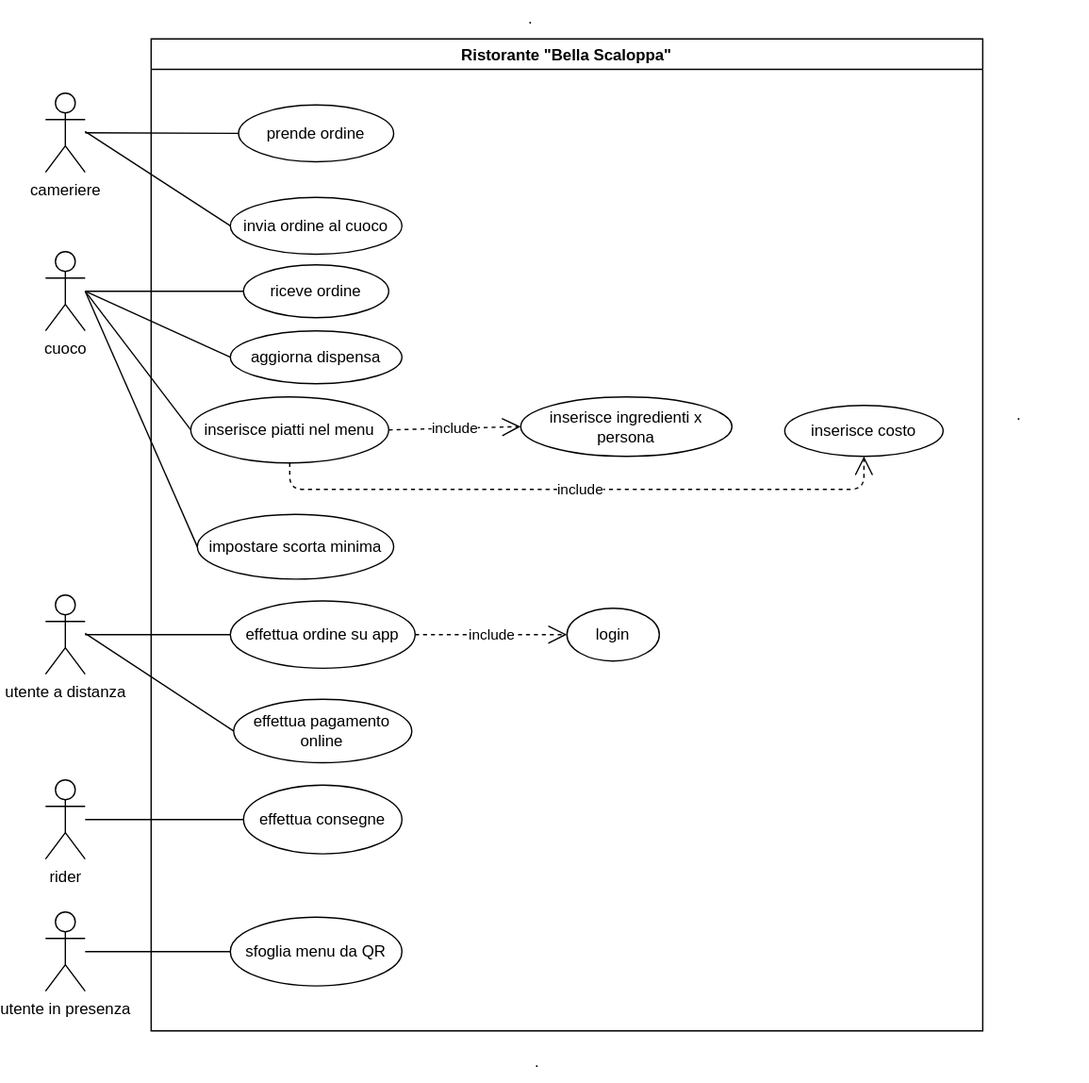
Earlier version of the draw.io export ExamUseCaseDiagram.svg (Santeenee/ExamProject). Source tidied: cells renumbered, new cells last; positions are measured from the earlier drawing's top-left corner, leaving out a move shared by most shapes.
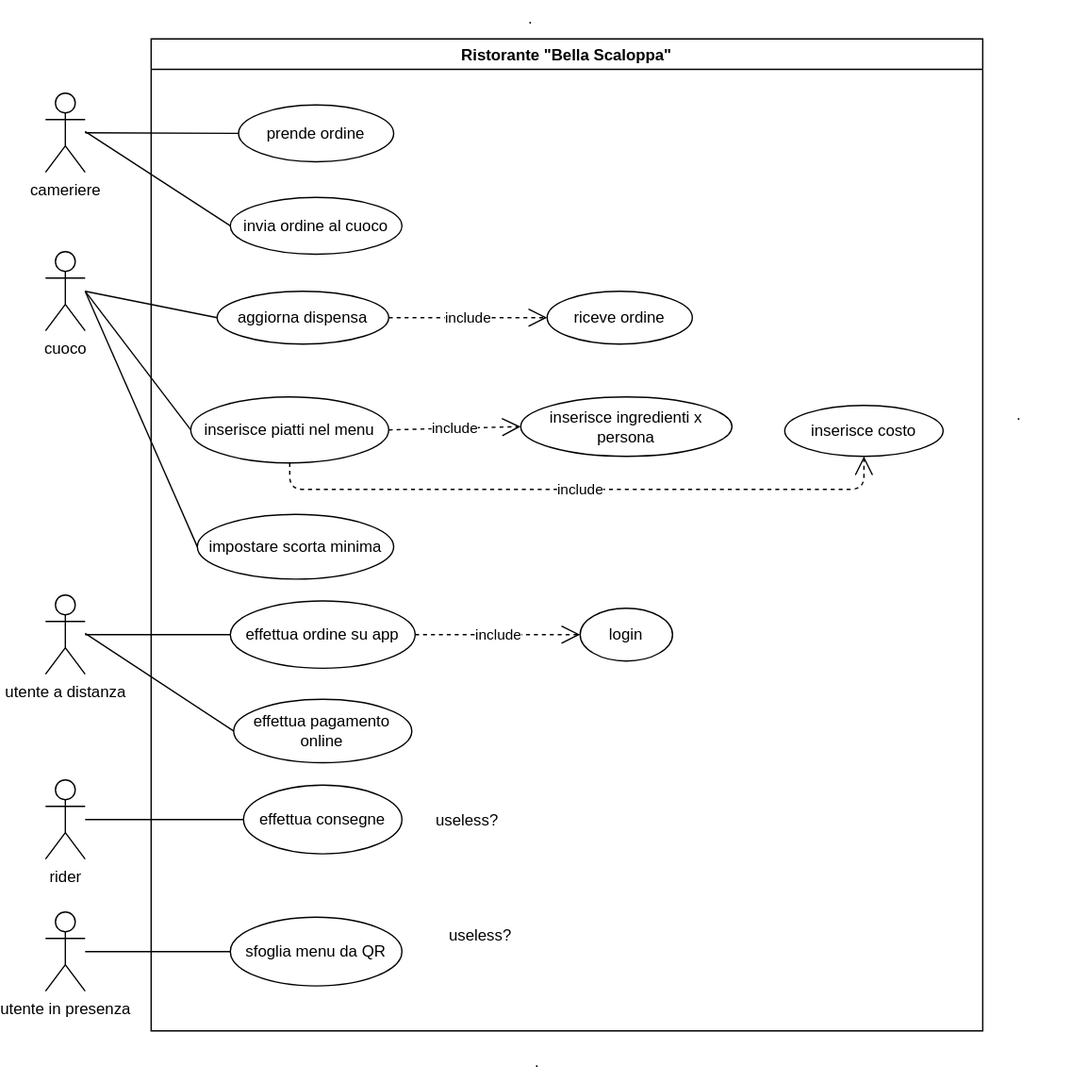
After the commit.

What changed in the source:
```diff
@@ -23,12 +23,6 @@
     <mxCell id="8" value="impostare scorta minima" style="ellipse;whiteSpace=wrap;html=1;" parent="6" vertex="1">
       <mxGeometry x="35" y="360" width="148.8" height="49" as="geometry" />
     </mxCell>
-    <mxCell id="9" value="riceve ordine" style="ellipse;whiteSpace=wrap;html=1;" parent="6" vertex="1">
-      <mxGeometry x="70" y="171" width="110" height="40" as="geometry" />
-    </mxCell>
-    <mxCell id="10" value="aggiorna dispensa" style="ellipse;whiteSpace=wrap;html=1;" parent="6" vertex="1">
-      <mxGeometry x="60" y="221" width="130" height="40" as="geometry" />
-    </mxCell>
     <mxCell id="11" value="effettua ordine su app" style="ellipse;whiteSpace=wrap;html=1;" parent="6" vertex="1">
       <mxGeometry x="60" y="425.5" width="140" height="51" as="geometry" />
     </mxCell>
@@ -36,7 +30,7 @@
       <mxGeometry relative="1" as="geometry" />
     </mxCell>
     <mxCell id="13" value="login" style="ellipse;whiteSpace=wrap;html=1;" parent="6" vertex="1">
-      <mxGeometry x="315" y="431" width="70" height="40" as="geometry" />
+      <mxGeometry x="325" y="431" width="70" height="40" as="geometry" />
     </mxCell>
     <mxCell id="14" value="effettua pagamento online" style="ellipse;whiteSpace=wrap;html=1;" parent="6" vertex="1">
       <mxGeometry x="62.5" y="500" width="135" height="48" as="geometry" />
@@ -75,6 +69,21 @@
     <mxCell id="23" value="sfoglia menu da QR" style="ellipse;whiteSpace=wrap;html=1;" parent="6" vertex="1">
       <mxGeometry x="60" y="665" width="130" height="52" as="geometry" />
     </mxCell>
+    <mxCell id="37" value="include" style="endArrow=open;endSize=12;dashed=1;html=1;entryX=0;entryY=0.5;entryDx=0;entryDy=0;exitX=1;exitY=0.5;exitDx=0;exitDy=0;" parent="6" edge="1" source="10" target="9">
+      <mxGeometry relative="1" as="geometry" />
+    </mxCell>
+    <mxCell id="9" value="riceve ordine" style="ellipse;whiteSpace=wrap;html=1;" parent="6" vertex="1">
+      <mxGeometry x="300" y="191" width="110" height="40" as="geometry" />
+    </mxCell>
+    <mxCell id="10" value="aggiorna dispensa" style="ellipse;whiteSpace=wrap;html=1;" parent="6" vertex="1">
+      <mxGeometry x="50" y="191" width="130" height="40" as="geometry" />
+    </mxCell>
+    <mxCell id="38" value="useless?" style="text;strokeColor=none;fillColor=none;align=left;verticalAlign=top;spacingLeft=4;spacingRight=4;overflow=hidden;" parent="6" vertex="1">
+      <mxGeometry x="210" y="578" width="60" height="26" as="geometry" />
+    </mxCell>
+    <mxCell id="39" value="useless?" style="text;strokeColor=none;fillColor=none;align=left;verticalAlign=top;spacingLeft=4;spacingRight=4;overflow=hidden;" parent="6" vertex="1">
+      <mxGeometry x="220" y="665" width="60" height="26" as="geometry" />
+    </mxCell>
     <mxCell id="24" style="endArrow=none;html=1;entryX=0;entryY=0.5;entryDx=0;entryDy=0;" parent="1" edge="1" target="20">
       <mxGeometry relative="1" as="geometry">
         <mxPoint x="30" y="220" as="sourcePoint" />
@@ -93,7 +102,7 @@
     <mxCell id="27" value="utente in presenza" style="shape=umlActor;verticalLabelPosition=bottom;verticalAlign=top;html=1;outlineConnect=0;" parent="1" vertex="1">
       <mxGeometry y="690" width="30" height="60" as="geometry" />
     </mxCell>
-    <mxCell id="28" style="endArrow=none;html=1;entryX=0;entryY=0.5;entryDx=0;entryDy=0;" parent="1" edge="1" target="9">
+    <mxCell id="28" style="endArrow=none;html=1;entryX=0;entryY=0.5;entryDx=0;entryDy=0;" parent="1" edge="1" target="10">
       <mxGeometry relative="1" as="geometry">
         <mxPoint x="30" y="220" as="sourcePoint" />
       </mxGeometry>
@@ -121,10 +130,5 @@
     <mxCell id="35" value="." style="text;strokeColor=none;fillColor=none;align=left;verticalAlign=top;spacingLeft=4;spacingRight=4;overflow=hidden;" parent="1" vertex="1">
       <mxGeometry x="730" y="300" width="60" height="26" as="geometry" />
     </mxCell>
-    <mxCell id="36" style="endArrow=none;html=1;entryX=0;entryY=0.5;entryDx=0;entryDy=0;" parent="1" edge="1" target="10">
-      <mxGeometry relative="1" as="geometry">
-        <mxPoint x="30" y="220" as="sourcePoint" />
-      </mxGeometry>
-    </mxCell>
   </root>
 </mxGraphModel>
```
